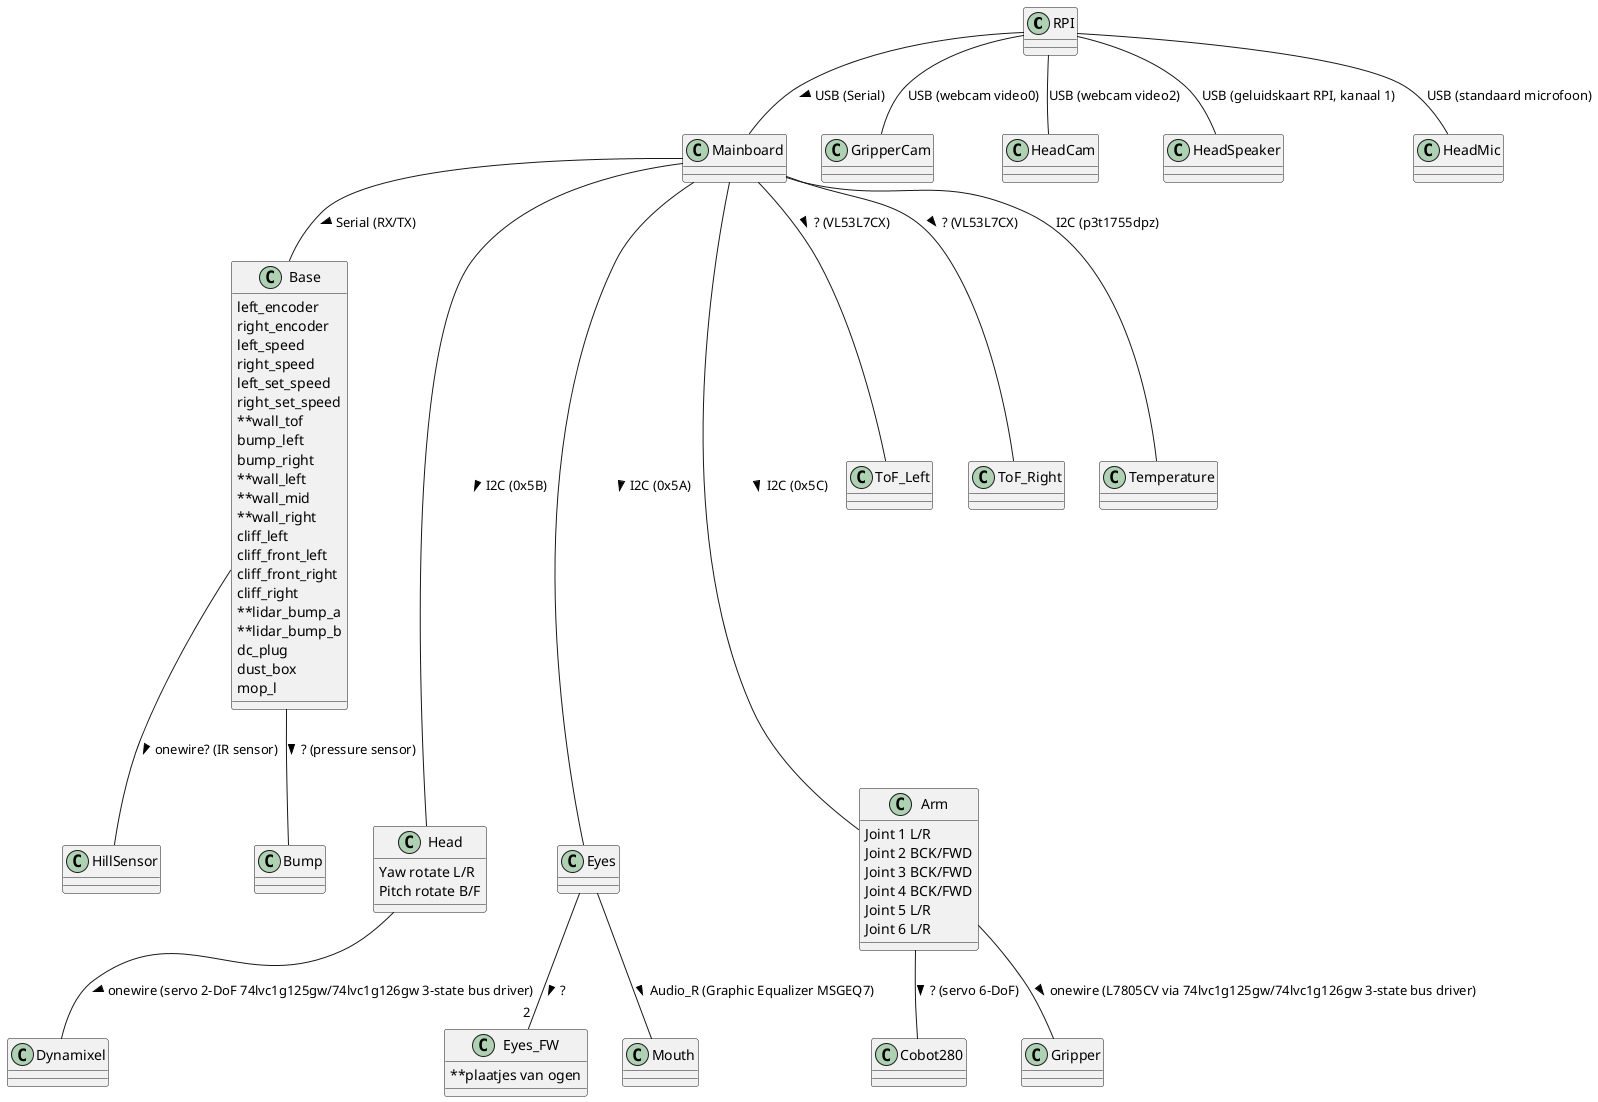
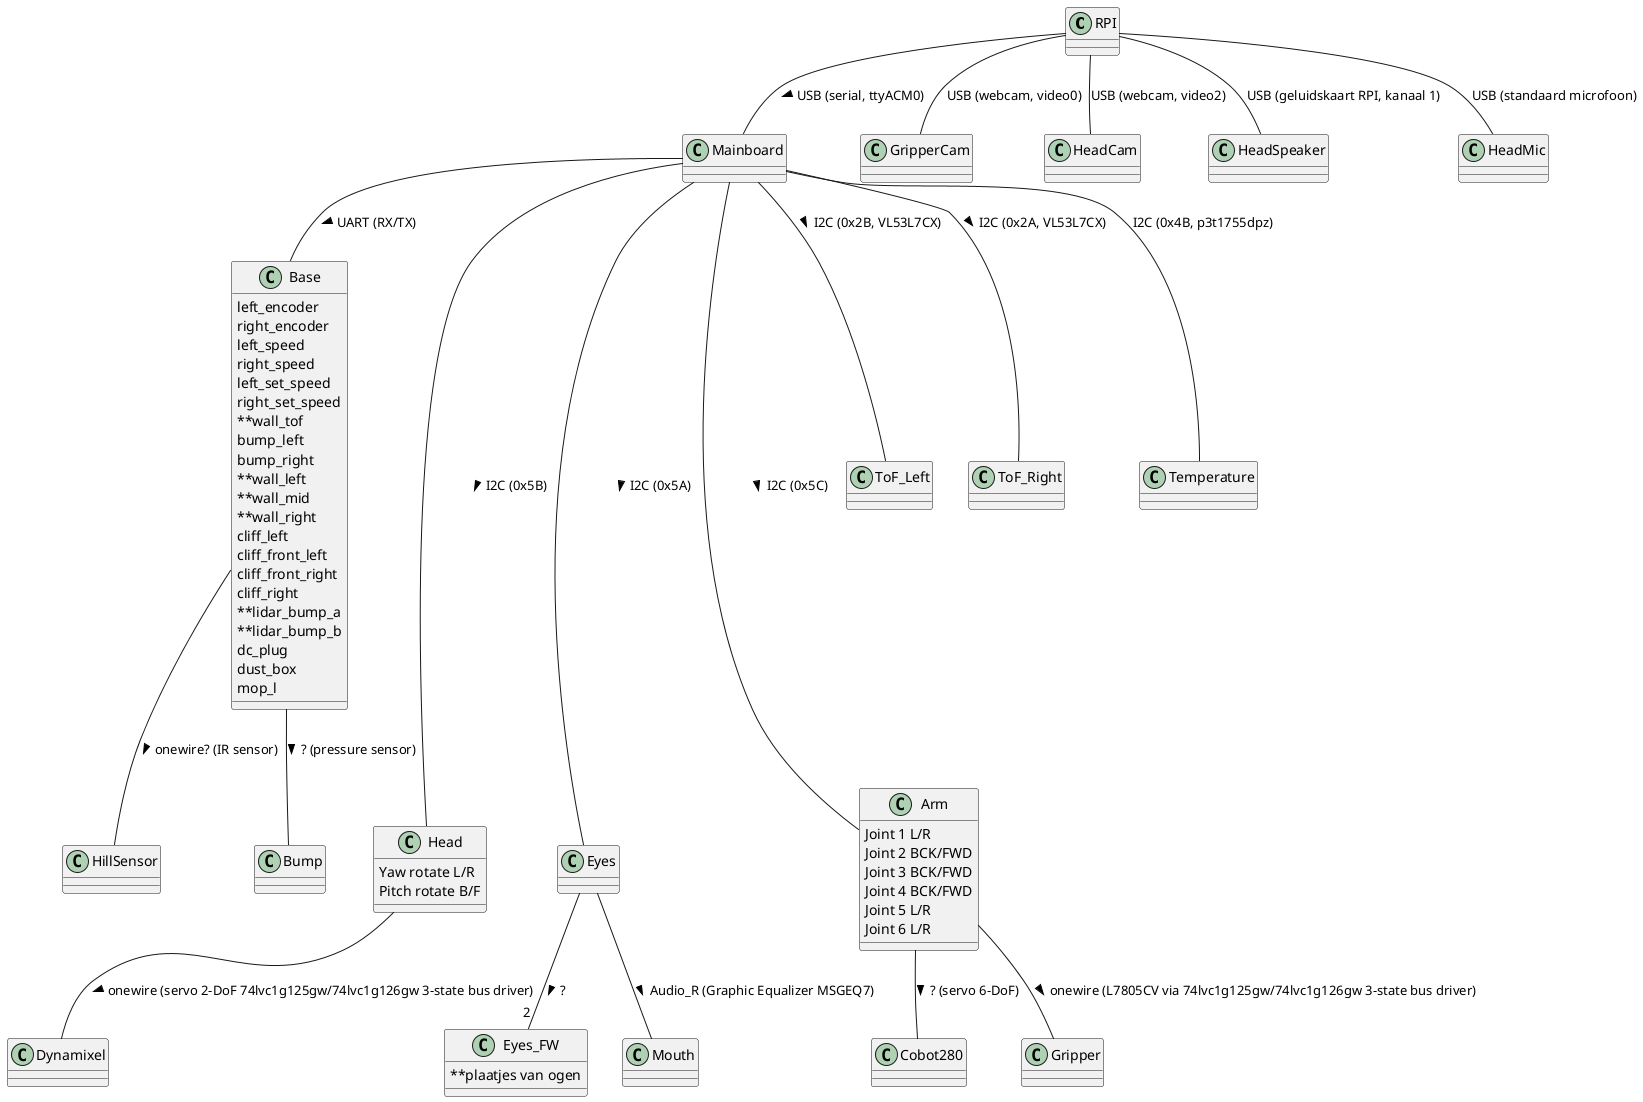
@startuml overview
class RPI
class Base {
    left_encoder
    right_encoder
    left_speed
    right_speed
    left_set_speed
    right_set_speed
    **wall_tof
    bump_left
    bump_right
    **wall_left
    **wall_mid
    **wall_right
    cliff_left
    cliff_front_left
    cliff_front_right
    cliff_right
    **lidar_bump_a
    **lidar_bump_b
    dc_plug
    dust_box
    mop_l
}
class Mainboard
class Head {
    Yaw rotate L/R
    Pitch rotate B/F
}
class Eyes
class Arm {
    Joint 1 L/R
    Joint 2 BCK/FWD
    Joint 3 BCK/FWD
    Joint 4 BCK/FWD
    Joint 5 L/R
    Joint 6 L/R
}
class Cobot280
class Eyes_FW {
    **plaatjes van ogen
}
class GripperCam
class HeadCam
class ToF_Left
class ToF_Right
class Dynamixel
class HeadSpeaker
class HeadMic
class HillSensor

class Gripper


- RPI -- Mainboard : USB (Serial) >
- RPI -- GripperCam : USB (webcam video0)
- RPI -- HeadCam :  USB (webcam video2)
+ RPI -- Mainboard : USB (serial, ttyACM0) >
+ RPI -- GripperCam : USB (webcam, video0)
+ RPI -- HeadCam :  USB (webcam, video2)
RPI -- HeadSpeaker : USB (geluidskaart RPI, kanaal 1)
RPI -- HeadMic : USB (standaard microfoon)

- Mainboard -- Base :  Serial (RX/TX) >
- Mainboard -- Temperature : I2C (p3t1755dpz)
+ Mainboard -- Base :  UART (RX/TX) >
+ Mainboard -- Temperature : I2C (0x4B, p3t1755dpz)
Base -- HillSensor : onewire? (IR sensor) >
Base -- Bump : ? (pressure sensor) >

- Mainboard -- ToF_Left : ? (VL53L7CX) >
- Mainboard -- ToF_Right : ? (VL53L7CX) >
+ Mainboard -- ToF_Left : I2C (0x2B, VL53L7CX) >
+ Mainboard -- ToF_Right : I2C (0x2A, VL53L7CX) >
Mainboard --- Head: I2C (0x5B) >
Mainboard --- Eyes: I2C (0x5A) >
Mainboard --- Arm: I2C (0x5C) >
Arm -- Cobot280 : ? (servo 6-DoF) >
Arm -- Gripper :  onewire (L7805CV via 74lvc1g125gw/74lvc1g126gw 3-state bus driver) >
Head -- Dynamixel : onewire (servo 2-DoF 74lvc1g125gw/74lvc1g126gw 3-state bus driver) >
Eyes -- "2" Eyes_FW : ? >
Eyes -- Mouth : Audio_R (Graphic Equalizer MSGEQ7) >

@enduml
